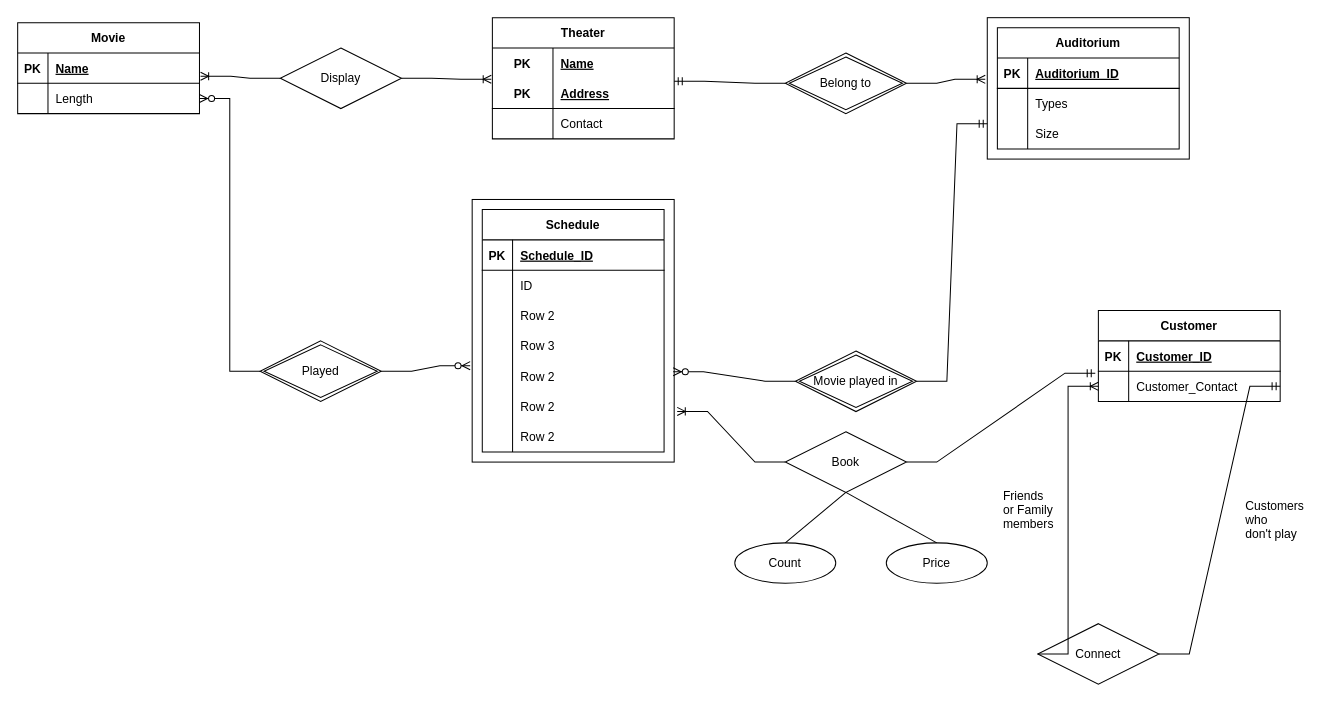
MooMooHorse/MATH221 keeps this draw.io diagram as problem2.drawio. Above is the earlier version. Source tidied: cells renumbered, new cells numbered last; positions are measured from the earlier drawing's top-left corner, leaving out a move shared by most shapes. Both pictures are drawn from the tidied source at 101%, with x=0, y=0 at pixel (17, 17).
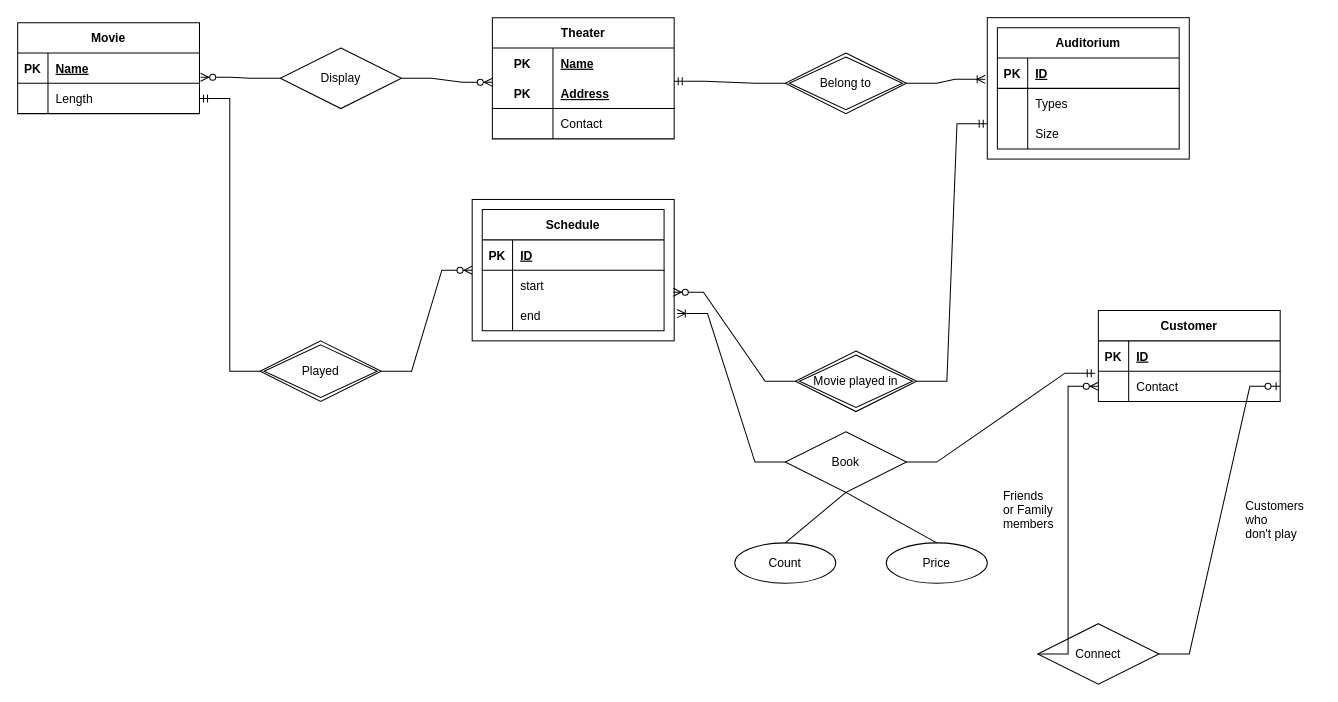
Above is the later version.

Unchanged cells that the change refers to:
```xml
<mxCell id="6" style="shape=tableRow;horizontal=0;startSize=0;swimlaneHead=0;swimlaneBody=0;fillColor=none;points=[[0,0.5],[1,0.5]];portConstraint=eastwest;top=0;left=0;right=0;bottom=1;" parent="5" vertex="1">
  <mxGeometry y="30" width="180" height="30" as="geometry" />
</mxCell>
<mxCell id="9" style="shape=tableRow;horizontal=0;startSize=0;swimlaneHead=0;swimlaneBody=0;fillColor=none;points=[[0,0.5],[1,0.5]];portConstraint=eastwest;top=0;left=0;right=0;bottom=0;" parent="5" vertex="1">
  <mxGeometry y="60" width="180" height="30" as="geometry" />
</mxCell>
<mxCell id="16" style="shape=tableRow;horizontal=0;startSize=0;swimlaneHead=0;swimlaneBody=0;fillColor=none;points=[[0,0.5],[1,0.5]];portConstraint=eastwest;top=0;left=0;right=0;bottom=1;" parent="12" vertex="1">
  <mxGeometry y="60" width="180" height="30" as="geometry" />
</mxCell>
<mxCell id="22" value="Display" style="shape=rhombus;perimeter=rhombusPerimeter;whiteSpace=wrap;html=1;align=center;" parent="1" vertex="1">
  <mxGeometry x="260" y="30" width="120" height="60" as="geometry" />
</mxCell>
<mxCell id="28" style="shape=tableRow;horizontal=0;startSize=0;swimlaneHead=0;swimlaneBody=0;fillColor=none;top=0;left=0;right=0;bottom=1;" parent="27" vertex="1">
  <mxGeometry y="30" width="180" height="30" as="geometry" />
</mxCell>
<mxCell id="31" style="shape=tableRow;horizontal=0;startSize=0;swimlaneHead=0;swimlaneBody=0;fillColor=none;top=0;left=0;right=0;bottom=0;" parent="27" vertex="1">
  <mxGeometry y="60" width="180" height="30" as="geometry" />
</mxCell>
<mxCell id="34" style="shape=tableRow;horizontal=0;startSize=0;swimlaneHead=0;swimlaneBody=0;fillColor=none;top=0;left=0;right=0;bottom=0;" parent="27" vertex="1">
  <mxGeometry y="90" width="180" height="30" as="geometry" />
</mxCell>
<mxCell id="50" style="shape=tableRow;horizontal=0;startSize=0;swimlaneHead=0;swimlaneBody=0;fillColor=none;top=0;left=0;right=0;bottom=1;" parent="49" vertex="1">
  <mxGeometry y="30" width="180" height="30" as="geometry" />
</mxCell>
<mxCell id="59" value="Played" style="shape=rhombus;double=1;perimeter=rhombusPerimeter;whiteSpace=wrap;html=1;align=center;" parent="1" vertex="1">
  <mxGeometry x="240" y="320" width="120" height="60" as="geometry" />
</mxCell>
<mxCell id="66" style="shape=tableRow;horizontal=0;startSize=0;swimlaneHead=0;swimlaneBody=0;fillColor=none;top=0;left=0;right=0;bottom=1;" parent="65" vertex="1">
  <mxGeometry y="30" width="180" height="30" as="geometry" />
</mxCell>
<mxCell id="69" style="shape=tableRow;horizontal=0;startSize=0;swimlaneHead=0;swimlaneBody=0;fillColor=none;points=[[0,0.5],[1,0.5]];portConstraint=eastwest;top=0;left=0;right=0;bottom=0;" parent="65" vertex="1">
  <mxGeometry y="60" width="180" height="30" as="geometry" />
</mxCell>
<mxCell id="79" value="Connect" style="shape=rhombus;perimeter=rhombusPerimeter;whiteSpace=wrap;html=1;align=center;" parent="1" vertex="1">
  <mxGeometry x="1010" y="600" width="120" height="60" as="geometry" />
</mxCell>
```

Diff of the diagram source:
```diff
@@
     <mxCell id="2" style="rounded=0;whiteSpace=wrap;html=1;" parent="1" vertex="1">
-      <mxGeometry x="450" y="180" width="200" height="260" as="geometry" />
+      <mxGeometry x="450" y="180" width="200" height="140" as="geometry" />
     </mxCell>
@@
-    <mxCell id="25" style="edgeStyle=entityRelationEdgeStyle;fontSize=12;html=1;endArrow=ERoneToMany;rounded=0;exitX=0;exitY=0.5;exitDx=0;exitDy=0;entryX=1.006;entryY=0.767;entryDx=0;entryDy=0;entryPerimeter=0;" parent="1" edge="1" source="22" target="6">
-      <mxGeometry relative="1" as="geometry" />
-    </mxCell>
-    <mxCell id="26" style="edgeStyle=entityRelationEdgeStyle;fontSize=12;html=1;endArrow=ERoneToMany;rounded=0;exitX=1;exitY=0.5;exitDx=0;exitDy=0;entryX=-0.006;entryY=0.033;entryDx=0;entryDy=0;entryPerimeter=0;" parent="1" edge="1" source="22" target="16">
-      <mxGeometry relative="1" as="geometry" />
-    </mxCell>
     <mxCell id="27" value="Schedule" style="shape=table;startSize=30;childLayout=tableLayout;rowLines=0;fontStyle=1;align=center;" parent="1" vertex="1">
-      <mxGeometry x="460" y="190" width="180" height="240" as="geometry" />
+      <mxGeometry x="460" y="190" width="180" height="120" as="geometry" />
     </mxCell>
@@
-    <mxCell id="30" value="Schedule_ID" style="shape=partialRectangle;fillColor=none;top=0;left=0;bottom=0;right=0;align=left;spacingLeft=6;fontStyle=5;overflow=hidden;" parent="28" vertex="1">
+    <mxCell id="30" value="ID" style="shape=partialRectangle;fillColor=none;top=0;left=0;bottom=0;right=0;align=left;spacingLeft=6;fontStyle=5;overflow=hidden;" parent="28" vertex="1">
       <mxGeometry x="30" width="150" height="30" as="geometry" />
     </mxCell>
@@
-    <mxCell id="33" value="ID" style="shape=partialRectangle;fillColor=none;top=0;left=0;bottom=0;right=0;align=left;spacingLeft=6;overflow=hidden;" parent="31" vertex="1">
+    <mxCell id="33" value="start" style="shape=partialRectangle;fillColor=none;top=0;left=0;bottom=0;right=0;align=left;spacingLeft=6;overflow=hidden;" parent="31" vertex="1">
       <mxGeometry x="30" width="150" height="30" as="geometry" />
     </mxCell>
@@
-    <mxCell id="36" value="Row 2" style="shape=partialRectangle;fillColor=none;top=0;left=0;bottom=0;right=0;align=left;spacingLeft=6;overflow=hidden;" parent="34" vertex="1">
+    <mxCell id="36" value="end" style="shape=partialRectangle;fillColor=none;top=0;left=0;bottom=0;right=0;align=left;spacingLeft=6;overflow=hidden;" parent="34" vertex="1">
       <mxGeometry x="30" width="150" height="30" as="geometry" />
     </mxCell>
-    <mxCell id="37" style="shape=tableRow;horizontal=0;startSize=0;swimlaneHead=0;swimlaneBody=0;fillColor=none;top=0;left=0;right=0;bottom=0;" parent="27" vertex="1">
-      <mxGeometry y="120" width="180" height="30" as="geometry" />
-    </mxCell>
-    <mxCell id="38" style="shape=partialRectangle;fillColor=none;top=0;left=0;bottom=0;right=0;overflow=hidden;" parent="37" vertex="1">
-      <mxGeometry width="30" height="30" as="geometry" />
-    </mxCell>
-    <mxCell id="39" value="Row 3" style="shape=partialRectangle;fillColor=none;top=0;left=0;bottom=0;right=0;align=left;spacingLeft=6;overflow=hidden;" parent="37" vertex="1">
-      <mxGeometry x="30" width="150" height="30" as="geometry" />
-    </mxCell>
-    <mxCell id="40" style="shape=tableRow;horizontal=0;startSize=0;swimlaneHead=0;swimlaneBody=0;fillColor=none;top=0;left=0;right=0;bottom=0;" parent="27" vertex="1">
-      <mxGeometry y="150" width="180" height="30" as="geometry" />
-    </mxCell>
-    <mxCell id="41" style="shape=partialRectangle;fillColor=none;top=0;left=0;bottom=0;right=0;overflow=hidden;" parent="40" vertex="1">
-      <mxGeometry width="30" height="30" as="geometry" />
-    </mxCell>
-    <mxCell id="42" value="Row 2" style="shape=partialRectangle;fillColor=none;top=0;left=0;bottom=0;right=0;align=left;spacingLeft=6;overflow=hidden;" parent="40" vertex="1">
-      <mxGeometry x="30" width="150" height="30" as="geometry" />
-    </mxCell>
-    <mxCell id="43" style="shape=tableRow;horizontal=0;startSize=0;swimlaneHead=0;swimlaneBody=0;fillColor=none;top=0;left=0;right=0;bottom=0;" parent="27" vertex="1">
-      <mxGeometry y="180" width="180" height="30" as="geometry" />
-    </mxCell>
-    <mxCell id="44" style="shape=partialRectangle;fillColor=none;top=0;left=0;bottom=0;right=0;overflow=hidden;" parent="43" vertex="1">
-      <mxGeometry width="30" height="30" as="geometry" />
-    </mxCell>
-    <mxCell id="45" value="Row 2" style="shape=partialRectangle;fillColor=none;top=0;left=0;bottom=0;right=0;align=left;spacingLeft=6;overflow=hidden;" parent="43" vertex="1">
-      <mxGeometry x="30" width="150" height="30" as="geometry" />
-    </mxCell>
-    <mxCell id="46" style="shape=tableRow;horizontal=0;startSize=0;swimlaneHead=0;swimlaneBody=0;fillColor=none;top=0;left=0;right=0;bottom=0;" parent="27" vertex="1">
-      <mxGeometry y="210" width="180" height="30" as="geometry" />
-    </mxCell>
-    <mxCell id="47" style="shape=partialRectangle;fillColor=none;top=0;left=0;bottom=0;right=0;overflow=hidden;" parent="46" vertex="1">
-      <mxGeometry width="30" height="30" as="geometry" />
-    </mxCell>
-    <mxCell id="48" value="Row 2" style="shape=partialRectangle;fillColor=none;top=0;left=0;bottom=0;right=0;align=left;spacingLeft=6;overflow=hidden;" parent="46" vertex="1">
-      <mxGeometry x="30" width="150" height="30" as="geometry" />
-    </mxCell>
@@
-    <mxCell id="52" value="Auditorium_ID" style="shape=partialRectangle;fillColor=none;top=0;left=0;bottom=0;right=0;align=left;spacingLeft=6;fontStyle=5;overflow=hidden;" parent="50" vertex="1">
+    <mxCell id="52" value="ID" style="shape=partialRectangle;fillColor=none;top=0;left=0;bottom=0;right=0;align=left;spacingLeft=6;fontStyle=5;overflow=hidden;" parent="50" vertex="1">
       <mxGeometry x="30" width="150" height="30" as="geometry" />
     </mxCell>
@@
-    <mxCell id="60" style="edgeStyle=entityRelationEdgeStyle;fontSize=12;html=1;endArrow=ERzeroToMany;endFill=1;rounded=0;exitX=0;exitY=0.5;exitDx=0;exitDy=0;entryX=1;entryY=0.5;entryDx=0;entryDy=0;" parent="1" edge="1" source="59" target="9">
+    <mxCell id="60" style="edgeStyle=entityRelationEdgeStyle;fontSize=12;html=1;endArrow=ERzeroToMany;endFill=1;rounded=0;exitX=1;exitY=0.5;exitDx=0;exitDy=0;entryX=0;entryY=0.5;entryDx=0;entryDy=0;" parent="1" edge="1" source="59" target="2">
       <mxGeometry relative="1" as="geometry" />
     </mxCell>
-    <mxCell id="61" style="edgeStyle=entityRelationEdgeStyle;fontSize=12;html=1;endArrow=ERzeroToMany;endFill=1;rounded=0;exitX=1;exitY=0.5;exitDx=0;exitDy=0;entryX=-0.01;entryY=0.633;entryDx=0;entryDy=0;entryPerimeter=0;" parent="1" edge="1" source="59" target="2">
-      <mxGeometry relative="1" as="geometry" />
-    </mxCell>
@@
-    <mxCell id="68" value="Customer_ID" style="shape=partialRectangle;fillColor=none;top=0;left=0;bottom=0;right=0;align=left;spacingLeft=6;fontStyle=5;overflow=hidden;" parent="66" vertex="1">
+    <mxCell id="68" value="ID" style="shape=partialRectangle;fillColor=none;top=0;left=0;bottom=0;right=0;align=left;spacingLeft=6;fontStyle=5;overflow=hidden;" parent="66" vertex="1">
       <mxGeometry x="30" width="150" height="30" as="geometry" />
     </mxCell>
@@
-    <mxCell id="71" value="Customer_Contact" style="shape=partialRectangle;fillColor=none;top=0;left=0;bottom=0;right=0;align=left;spacingLeft=6;overflow=hidden;" parent="69" vertex="1">
+    <mxCell id="71" value="Contact" style="shape=partialRectangle;fillColor=none;top=0;left=0;bottom=0;right=0;align=left;spacingLeft=6;overflow=hidden;" parent="69" vertex="1">
       <mxGeometry x="30" width="150" height="30" as="geometry" />
     </mxCell>
@@
-    <mxCell id="82" style="edgeStyle=entityRelationEdgeStyle;fontSize=12;html=1;endArrow=ERmandOne;rounded=0;exitX=1;exitY=0.5;exitDx=0;exitDy=0;entryX=1;entryY=0.5;entryDx=0;entryDy=0;" parent="1" edge="1" source="79" target="69">
-      <mxGeometry relative="1" as="geometry" />
-    </mxCell>
-    <mxCell id="83" style="edgeStyle=entityRelationEdgeStyle;fontSize=12;html=1;endArrow=ERoneToMany;rounded=0;exitX=0;exitY=0.5;exitDx=0;exitDy=0;entryX=0;entryY=0.5;entryDx=0;entryDy=0;strokeColor=default;" parent="1" edge="1" source="79" target="69">
-      <mxGeometry relative="1" as="geometry" />
-    </mxCell>
@@
+    <mxCell id="85" style="edgeStyle=entityRelationEdgeStyle;fontSize=12;html=1;endArrow=ERzeroToOne;endFill=1;rounded=0;exitX=1;exitY=0.5;exitDx=0;exitDy=0;entryX=1;entryY=0.5;entryDx=0;entryDy=0;" parent="1" edge="1" source="79" target="69">
+      <mxGeometry relative="1" as="geometry" />
+    </mxCell>
+    <mxCell id="86" style="edgeStyle=entityRelationEdgeStyle;fontSize=12;html=1;endArrow=ERzeroToMany;endFill=1;rounded=0;exitX=0;exitY=0.5;exitDx=0;exitDy=0;entryX=0;entryY=0.5;entryDx=0;entryDy=0;" parent="1" edge="1" source="79" target="69">
+      <mxGeometry relative="1" as="geometry" />
+    </mxCell>
+    <mxCell id="87" style="edgeStyle=entityRelationEdgeStyle;fontSize=12;html=1;endArrow=ERmandOne;rounded=0;exitX=0;exitY=0.5;exitDx=0;exitDy=0;entryX=1;entryY=0.5;entryDx=0;entryDy=0;" parent="1" edge="1" source="59" target="9">
+      <mxGeometry relative="1" as="geometry" />
+    </mxCell>
+    <mxCell id="25" style="edgeStyle=entityRelationEdgeStyle;fontSize=12;html=1;endArrow=ERzeroToMany;endFill=1;rounded=0;exitX=0;exitY=0.5;exitDx=0;exitDy=0;entryX=1.006;entryY=0.8;entryDx=0;entryDy=0;entryPerimeter=0;" parent="1" edge="1" source="22" target="6">
+      <mxGeometry relative="1" as="geometry" />
+    </mxCell>
+    <mxCell id="88" style="edgeStyle=entityRelationEdgeStyle;fontSize=12;html=1;endArrow=ERzeroToMany;endFill=1;rounded=0;exitX=1;exitY=0.5;exitDx=0;exitDy=0;" parent="1" edge="1" source="22">
+      <mxGeometry relative="1" as="geometry">
+        <mxPoint x="470" y="64" as="targetPoint" />
+      </mxGeometry>
+    </mxCell>
```
